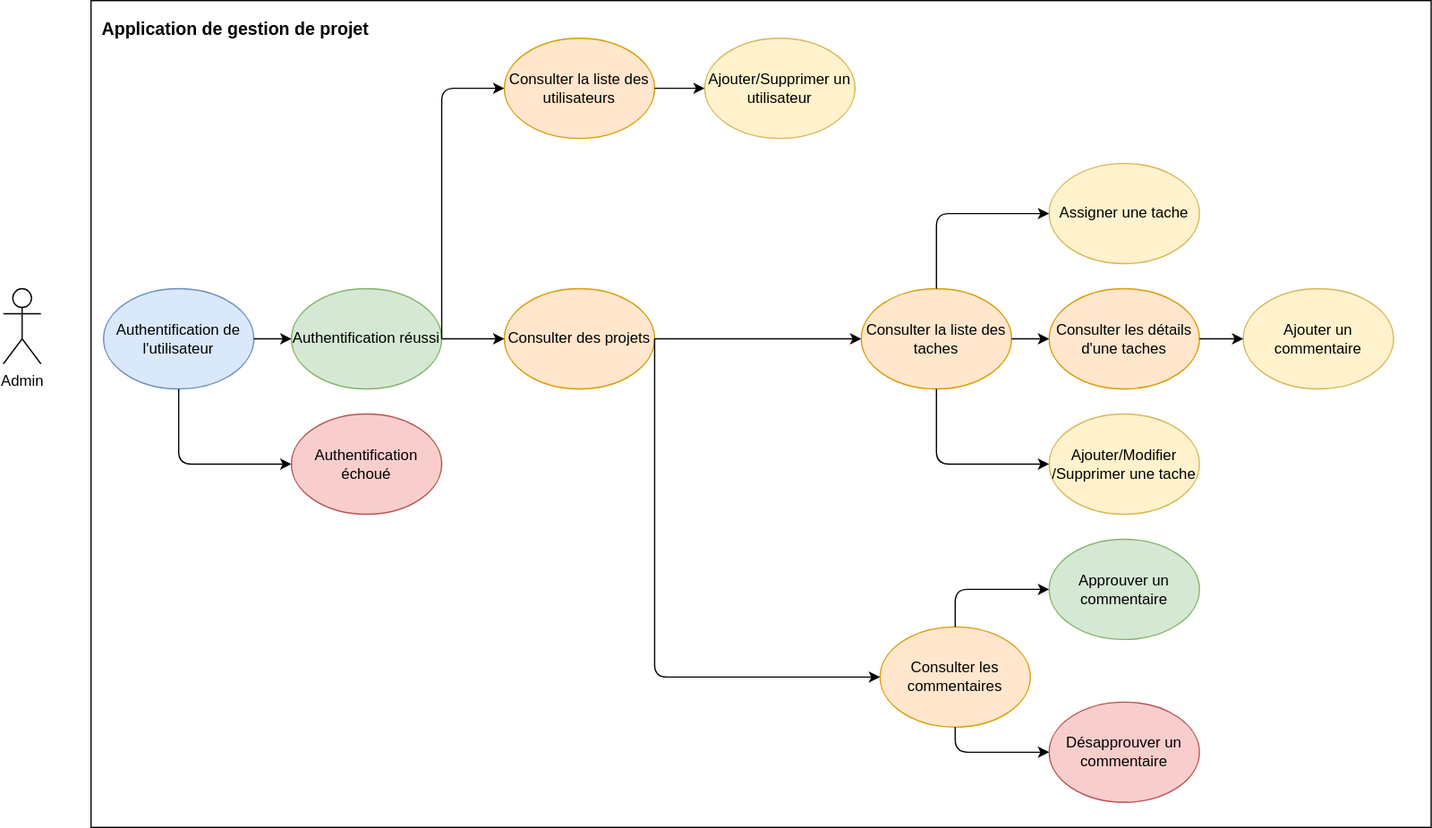
This is DCU/DCU_Admin.svg from EducaOps/EducaOps, a draw.io export, as it was before one commit. Source tidied: cells renumbered, new cells last; positions are measured from the earlier drawing's top-left corner, leaving out a move shared by most shapes.
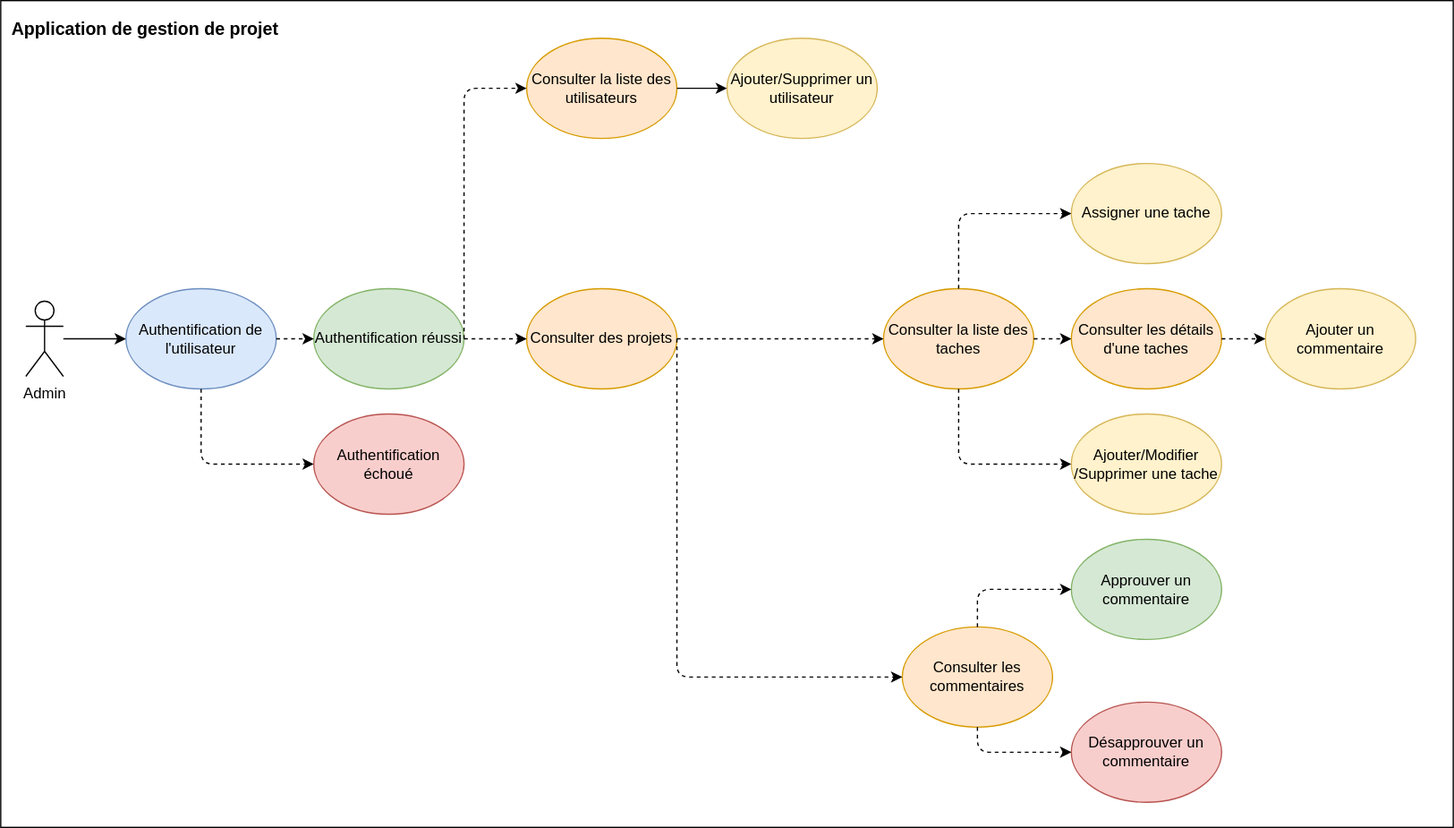
After the change.

The edit, as a diff of the source:
```diff
@@ -2,17 +2,14 @@
   <root>
     <mxCell id="0" />
     <mxCell id="1" parent="0" />
-    <mxCell id="2" value="Admin" style="shape=umlActor;verticalLabelPosition=bottom;verticalAlign=top;html=1;" parent="1" vertex="1">
-      <mxGeometry y="280" width="30" height="60" as="geometry" />
-    </mxCell>
     <mxCell id="3" style="rounded=0;whiteSpace=wrap;html=1;align=left;" parent="1" vertex="1">
-      <mxGeometry x="70" y="50" width="1070" height="660" as="geometry" />
+      <mxGeometry x="-20" y="50" width="1160" height="660" as="geometry" />
     </mxCell>
     <mxCell id="4" value="Consulter des projets" style="ellipse;whiteSpace=wrap;html=1;fillColor=#ffe6cc;strokeColor=#d79b00;" parent="1" vertex="1">
       <mxGeometry x="400" y="280" width="120" height="80" as="geometry" />
     </mxCell>
     <mxCell id="5" value="&lt;font style=&quot;font-size: 14px&quot;&gt;Application de gestion de projet&lt;/font&gt;" style="text;strokeColor=none;fillColor=none;html=1;fontSize=24;fontStyle=1;verticalAlign=middle;align=center;" parent="1" vertex="1">
-      <mxGeometry x="70" y="50" width="230" height="40" as="geometry" />
+      <mxGeometry x="-20" y="50" width="230" height="40" as="geometry" />
     </mxCell>
     <mxCell id="6" value="Consulter la liste des taches" style="ellipse;whiteSpace=wrap;html=1;fillColor=#ffe6cc;strokeColor=#d79b00;" parent="1" vertex="1">
       <mxGeometry x="685" y="280" width="120" height="80" as="geometry" />
@@ -23,13 +20,13 @@
     <mxCell id="8" value="Ajouter/Modifier&lt;br&gt;/Supprimer une tache" style="ellipse;whiteSpace=wrap;html=1;fillColor=#fff2cc;strokeColor=#d6b656;" parent="1" vertex="1">
       <mxGeometry x="835" y="380" width="120" height="80" as="geometry" />
     </mxCell>
-    <mxCell id="9" style="endArrow=classic;html=1;exitX=1;exitY=0.5;exitDx=0;exitDy=0;entryX=0;entryY=0.5;entryDx=0;entryDy=0;" parent="1" edge="1" source="4" target="6">
+    <mxCell id="9" style="endArrow=classic;html=1;exitX=1;exitY=0.5;exitDx=0;exitDy=0;entryX=0;entryY=0.5;entryDx=0;entryDy=0;dashed=1;" parent="1" edge="1" source="4" target="6">
       <mxGeometry relative="1" as="geometry" />
     </mxCell>
-    <mxCell id="10" style="endArrow=classic;html=1;exitX=1;exitY=0.5;exitDx=0;exitDy=0;" parent="1" edge="1" source="6" target="7">
+    <mxCell id="10" style="endArrow=classic;html=1;exitX=1;exitY=0.5;exitDx=0;exitDy=0;dashed=1;" parent="1" edge="1" source="6" target="7">
       <mxGeometry relative="1" as="geometry" />
     </mxCell>
-    <mxCell id="11" style="edgeStyle=elbowEdgeStyle;elbow=vertical;endArrow=classic;html=1;entryX=0;entryY=0.5;entryDx=0;entryDy=0;exitX=0.5;exitY=1;exitDx=0;exitDy=0;" parent="1" edge="1" source="6" target="8">
+    <mxCell id="11" style="edgeStyle=elbowEdgeStyle;elbow=vertical;endArrow=classic;html=1;entryX=0;entryY=0.5;entryDx=0;entryDy=0;exitX=0.5;exitY=1;exitDx=0;exitDy=0;dashed=1;" parent="1" edge="1" source="6" target="8">
       <mxGeometry relative="1" as="geometry">
         <Array as="points">
           <mxPoint x="740" y="420" />
@@ -43,16 +40,16 @@
     <mxCell id="13" value="Authentification réussi" style="ellipse;whiteSpace=wrap;html=1;fillColor=#d5e8d4;strokeColor=#82b366;" parent="1" vertex="1">
       <mxGeometry x="230" y="280" width="120" height="80" as="geometry" />
     </mxCell>
-    <mxCell id="14" style="endArrow=classic;html=1;exitX=1;exitY=0.5;exitDx=0;exitDy=0;entryX=0;entryY=0.5;entryDx=0;entryDy=0;" parent="1" edge="1" source="12" target="13">
+    <mxCell id="14" style="endArrow=classic;html=1;exitX=1;exitY=0.5;exitDx=0;exitDy=0;entryX=0;entryY=0.5;entryDx=0;entryDy=0;dashed=1;" parent="1" edge="1" source="12" target="13">
       <mxGeometry relative="1" as="geometry" />
     </mxCell>
-    <mxCell id="15" style="endArrow=classic;html=1;exitX=1;exitY=0.5;exitDx=0;exitDy=0;entryX=0;entryY=0.5;entryDx=0;entryDy=0;" parent="1" edge="1" source="13" target="4">
+    <mxCell id="15" style="endArrow=classic;html=1;exitX=1;exitY=0.5;exitDx=0;exitDy=0;entryX=0;entryY=0.5;entryDx=0;entryDy=0;dashed=1;" parent="1" edge="1" source="13" target="4">
       <mxGeometry relative="1" as="geometry" />
     </mxCell>
     <mxCell id="16" value="Authentification échoué" style="ellipse;whiteSpace=wrap;html=1;fillColor=#f8cecc;strokeColor=#b85450;" parent="1" vertex="1">
       <mxGeometry x="230" y="380" width="120" height="80" as="geometry" />
     </mxCell>
-    <mxCell id="17" style="edgeStyle=elbowEdgeStyle;elbow=vertical;endArrow=classic;html=1;entryX=0;entryY=0.5;entryDx=0;entryDy=0;exitX=0.5;exitY=1;exitDx=0;exitDy=0;" parent="1" edge="1" source="12" target="16">
+    <mxCell id="17" style="edgeStyle=elbowEdgeStyle;elbow=vertical;endArrow=classic;html=1;entryX=0;entryY=0.5;entryDx=0;entryDy=0;exitX=0.5;exitY=1;exitDx=0;exitDy=0;dashed=1;" parent="1" edge="1" source="12" target="16">
       <mxGeometry relative="1" as="geometry">
         <Array as="points">
           <mxPoint x="180" y="420" />
@@ -62,7 +59,7 @@
     <mxCell id="18" value="Assigner une tache" style="ellipse;whiteSpace=wrap;html=1;fillColor=#fff2cc;strokeColor=#d6b656;" parent="1" vertex="1">
       <mxGeometry x="835" y="180" width="120" height="80" as="geometry" />
     </mxCell>
-    <mxCell id="19" style="edgeStyle=elbowEdgeStyle;elbow=vertical;endArrow=classic;html=1;entryX=0;entryY=0.5;entryDx=0;entryDy=0;exitX=0.5;exitY=0;exitDx=0;exitDy=0;" parent="1" edge="1" source="6" target="18">
+    <mxCell id="19" style="edgeStyle=elbowEdgeStyle;elbow=vertical;endArrow=classic;html=1;entryX=0;entryY=0.5;entryDx=0;entryDy=0;exitX=0.5;exitY=0;exitDx=0;exitDy=0;dashed=1;" parent="1" edge="1" source="6" target="18">
       <mxGeometry relative="1" as="geometry">
         <Array as="points">
           <mxPoint x="745" y="220" />
@@ -79,7 +76,7 @@
     <mxCell id="22" value="Désapprouver un commentaire" style="ellipse;whiteSpace=wrap;html=1;fillColor=#f8cecc;strokeColor=#b85450;" parent="1" vertex="1">
       <mxGeometry x="835" y="610" width="120" height="80" as="geometry" />
     </mxCell>
-    <mxCell id="23" style="edgeStyle=elbowEdgeStyle;elbow=vertical;endArrow=classic;html=1;entryX=0;entryY=0.5;entryDx=0;entryDy=0;exitX=1;exitY=0.5;exitDx=0;exitDy=0;" parent="1" edge="1" source="4" target="20">
+    <mxCell id="23" style="edgeStyle=elbowEdgeStyle;elbow=vertical;endArrow=classic;html=1;entryX=0;entryY=0.5;entryDx=0;entryDy=0;exitX=1;exitY=0.5;exitDx=0;exitDy=0;dashed=1;" parent="1" edge="1" source="4" target="20">
       <mxGeometry relative="1" as="geometry">
         <Array as="points">
           <mxPoint x="600" y="590" />
@@ -88,14 +85,14 @@
         </Array>
       </mxGeometry>
     </mxCell>
-    <mxCell id="24" style="edgeStyle=elbowEdgeStyle;elbow=vertical;endArrow=classic;html=1;entryX=0;entryY=0.5;entryDx=0;entryDy=0;exitX=0.5;exitY=1;exitDx=0;exitDy=0;" parent="1" edge="1" source="20" target="22">
+    <mxCell id="24" style="edgeStyle=elbowEdgeStyle;elbow=vertical;endArrow=classic;html=1;entryX=0;entryY=0.5;entryDx=0;entryDy=0;exitX=0.5;exitY=1;exitDx=0;exitDy=0;dashed=1;" parent="1" edge="1" source="20" target="22">
       <mxGeometry relative="1" as="geometry">
         <Array as="points">
           <mxPoint x="770" y="650" />
         </Array>
       </mxGeometry>
     </mxCell>
-    <mxCell id="25" style="edgeStyle=elbowEdgeStyle;elbow=vertical;endArrow=classic;html=1;entryX=0;entryY=0.5;entryDx=0;entryDy=0;exitX=0.5;exitY=0;exitDx=0;exitDy=0;" parent="1" edge="1" source="20" target="21">
+    <mxCell id="25" style="edgeStyle=elbowEdgeStyle;elbow=vertical;endArrow=classic;html=1;entryX=0;entryY=0.5;entryDx=0;entryDy=0;exitX=0.5;exitY=0;exitDx=0;exitDy=0;dashed=1;" parent="1" edge="1" source="20" target="21">
       <mxGeometry relative="1" as="geometry">
         <Array as="points">
           <mxPoint x="740" y="520" />
@@ -105,7 +102,7 @@
     <mxCell id="26" value="Ajouter un commentaire" style="ellipse;whiteSpace=wrap;html=1;fillColor=#fff2cc;strokeColor=#d6b656;" parent="1" vertex="1">
       <mxGeometry x="990" y="280" width="120" height="80" as="geometry" />
     </mxCell>
-    <mxCell id="27" style="endArrow=classic;html=1;exitX=1;exitY=0.5;exitDx=0;exitDy=0;" parent="1" edge="1" source="7" target="26">
+    <mxCell id="27" style="endArrow=classic;html=1;exitX=1;exitY=0.5;exitDx=0;exitDy=0;dashed=1;" parent="1" edge="1" source="7" target="26">
       <mxGeometry relative="1" as="geometry" />
     </mxCell>
     <mxCell id="28" value="Consulter la liste des utilisateurs" style="ellipse;whiteSpace=wrap;html=1;fillColor=#ffe6cc;strokeColor=#d79b00;" parent="1" vertex="1">
@@ -117,7 +114,7 @@
     <mxCell id="30" style="endArrow=classic;html=1;exitX=1;exitY=0.5;exitDx=0;exitDy=0;entryX=0;entryY=0.5;entryDx=0;entryDy=0;" parent="1" edge="1" source="28" target="29">
       <mxGeometry relative="1" as="geometry" />
     </mxCell>
-    <mxCell id="31" style="edgeStyle=elbowEdgeStyle;elbow=vertical;endArrow=classic;html=1;entryX=0;entryY=0.5;entryDx=0;entryDy=0;exitX=1;exitY=0.5;exitDx=0;exitDy=0;" parent="1" edge="1" source="13" target="28">
+    <mxCell id="31" style="edgeStyle=elbowEdgeStyle;elbow=vertical;endArrow=classic;html=1;entryX=0;entryY=0.5;entryDx=0;entryDy=0;exitX=1;exitY=0.5;exitDx=0;exitDy=0;dashed=1;" parent="1" edge="1" source="13" target="28">
       <mxGeometry relative="1" as="geometry">
         <Array as="points">
           <mxPoint x="370" y="120" />
@@ -126,5 +123,13 @@
         </Array>
       </mxGeometry>
     </mxCell>
+    <mxCell id="32" style="endArrow=classic;html=1;entryX=0;entryY=0.5;entryDx=0;entryDy=0;" parent="1" edge="1" target="12">
+      <mxGeometry relative="1" as="geometry">
+        <mxPoint x="30" y="320" as="sourcePoint" />
+      </mxGeometry>
+    </mxCell>
+    <mxCell id="2" value="Admin" style="shape=umlActor;verticalLabelPosition=bottom;verticalAlign=top;html=1;" parent="1" vertex="1">
+      <mxGeometry y="290" width="30" height="60" as="geometry" />
+    </mxCell>
   </root>
 </mxGraphModel>
```
